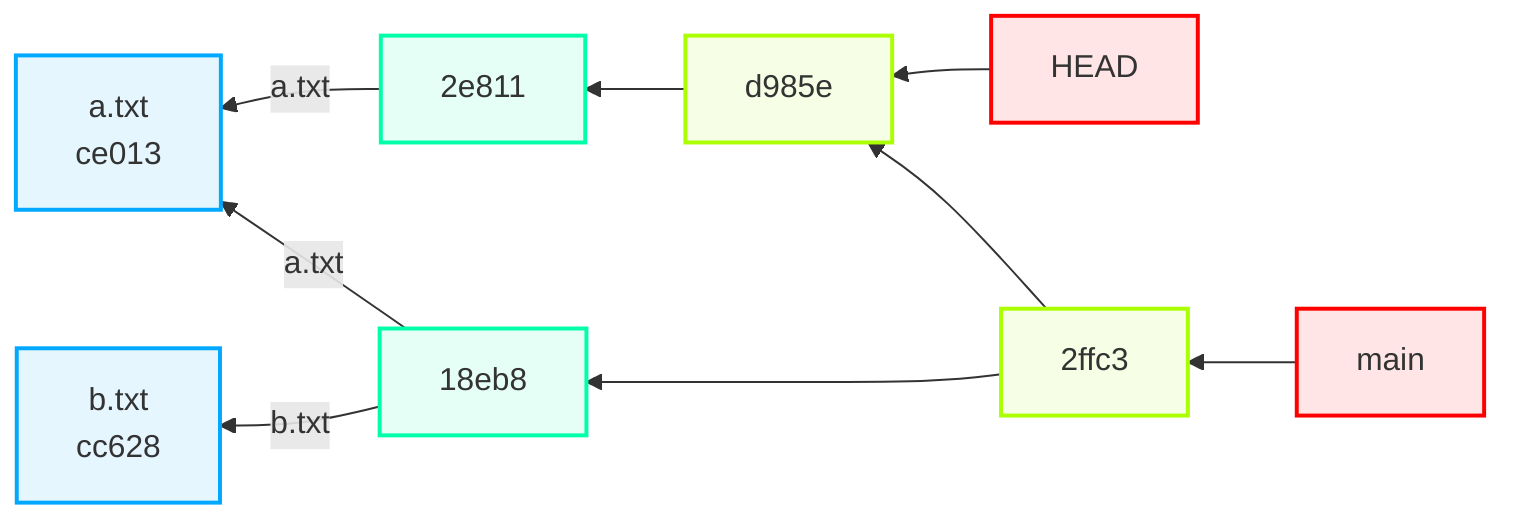
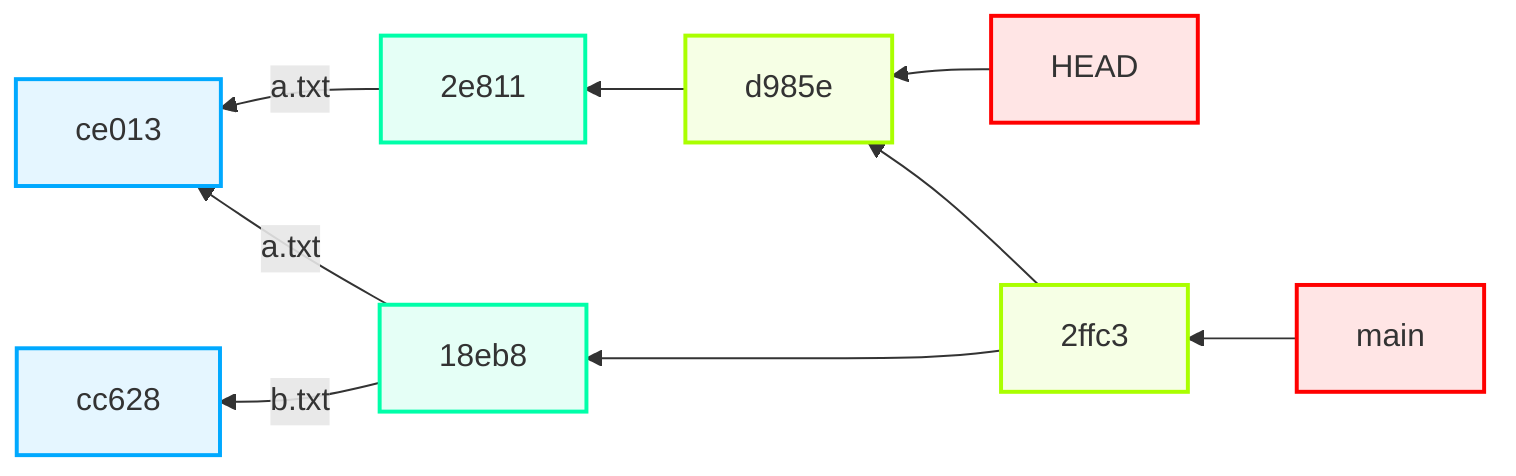
flowchart RL
    HEAD["HEAD"]
    d985e3fe522b7bdefa3e2f92e61c8e711765b114["d985e"]
    2e81171448eb9f2ee3821e3d447aa6b2fe3ddba1["2e811"]
-     ce013625030ba8dba906f756967f9e9ca394464a["a.txt<br/>ce013"]
+     ce013625030ba8dba906f756967f9e9ca394464a["ce013"]
    refs_heads_main["main"]
    2ffc39fe3f2ec3a1998a9715d9a456ed74e06b39["2ffc3"]
    18eb80fbbbf9160491c007668d5298f1e86cd40a["18eb8"]
-     cc628ccd10742baea8241c5924df992b5c019f71["b.txt<br/>cc628"]
+     cc628ccd10742baea8241c5924df992b5c019f71["cc628"]
    HEAD --> d985e3fe522b7bdefa3e2f92e61c8e711765b114
    d985e3fe522b7bdefa3e2f92e61c8e711765b114 --> 2e81171448eb9f2ee3821e3d447aa6b2fe3ddba1
    2e81171448eb9f2ee3821e3d447aa6b2fe3ddba1 -->|"a.txt"| ce013625030ba8dba906f756967f9e9ca394464a
    refs_heads_main --> 2ffc39fe3f2ec3a1998a9715d9a456ed74e06b39
    2ffc39fe3f2ec3a1998a9715d9a456ed74e06b39 --> 18eb80fbbbf9160491c007668d5298f1e86cd40a
    18eb80fbbbf9160491c007668d5298f1e86cd40a -->|"a.txt"| ce013625030ba8dba906f756967f9e9ca394464a
    18eb80fbbbf9160491c007668d5298f1e86cd40a -->|"b.txt"| cc628ccd10742baea8241c5924df992b5c019f71
    2ffc39fe3f2ec3a1998a9715d9a456ed74e06b39 --> d985e3fe522b7bdefa3e2f92e61c8e711765b114
    style HEAD fill:#ffe5e5,stroke:#ff0000,stroke-width:2px
    style d985e3fe522b7bdefa3e2f92e61c8e711765b114 fill:#f6ffe5,stroke:#aaff00,stroke-width:2px
    style 2e81171448eb9f2ee3821e3d447aa6b2fe3ddba1 fill:#e5fff6,stroke:#00ffa9,stroke-width:2px
    style ce013625030ba8dba906f756967f9e9ca394464a fill:#e5f6ff,stroke:#00a9ff,stroke-width:2px
    style refs_heads_main fill:#ffe5e5,stroke:#ff0000,stroke-width:2px
    style 2ffc39fe3f2ec3a1998a9715d9a456ed74e06b39 fill:#f6ffe5,stroke:#aaff00,stroke-width:2px
    style 18eb80fbbbf9160491c007668d5298f1e86cd40a fill:#e5fff6,stroke:#00ffa9,stroke-width:2px
    style cc628ccd10742baea8241c5924df992b5c019f71 fill:#e5f6ff,stroke:#00a9ff,stroke-width:2px
